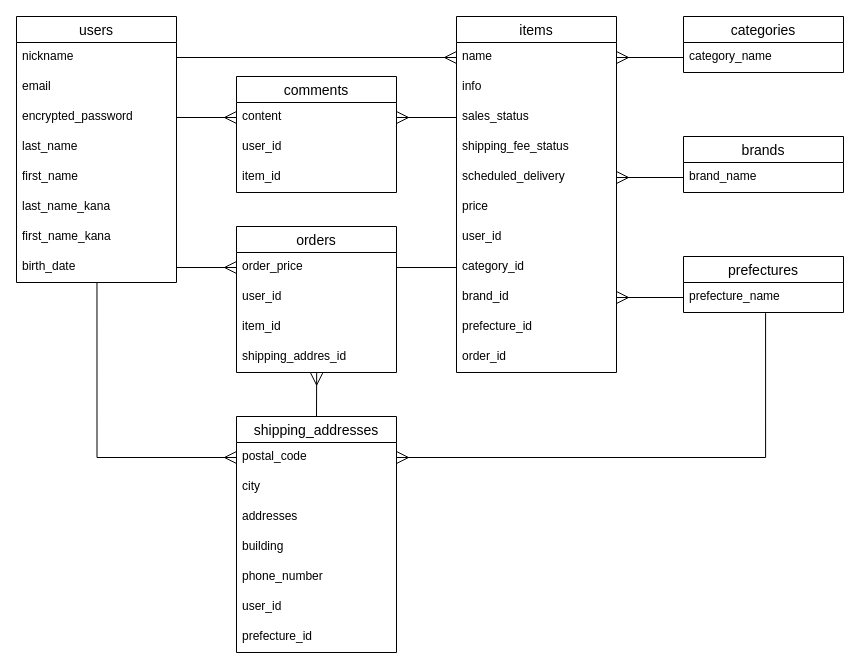
Above: DB.dio in 41682/furima-41682 (draw.io), before the change. Source tidied: cells renumbered, new cells numbered last; positions are measured from the earlier drawing's top-left corner, leaving out a move shared by most shapes. Both pictures are drawn from the tidied source at 100%, with x=0, y=0 at pixel (16, 16).
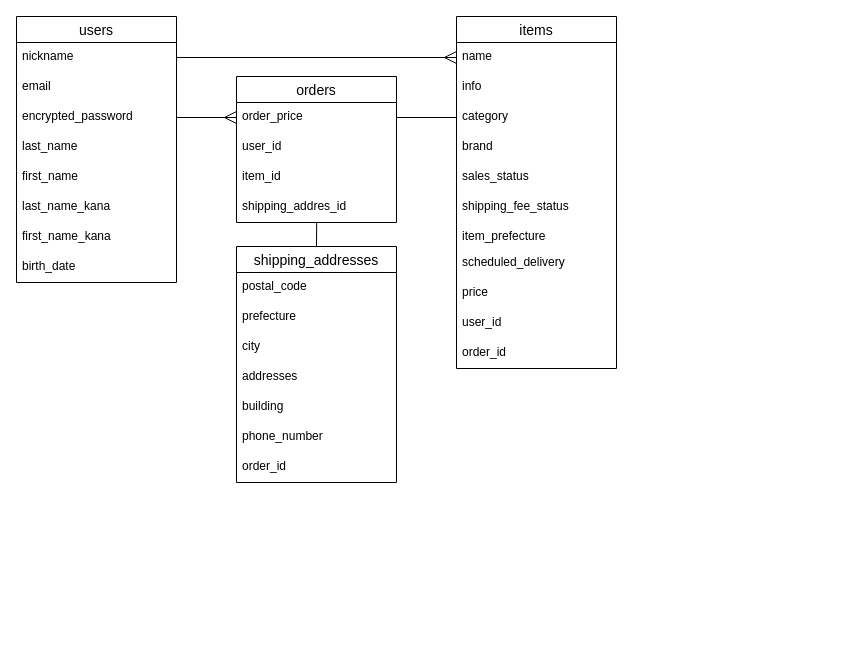
After the change.

The change refers to these unchanged cells:
```xml
<mxCell id="5" value="encrypted_password" style="text;strokeColor=none;fillColor=none;spacingLeft=4;spacingRight=4;overflow=hidden;points=[[0,0.5],[1,0.5]];portConstraint=eastwest;fontSize=12;" parent="2" vertex="1">
  <mxGeometry y="86" width="160" height="30" as="geometry" />
</mxCell>
<mxCell id="10" value="birth_date" style="text;strokeColor=none;fillColor=none;spacingLeft=4;spacingRight=4;overflow=hidden;points=[[0,0.5],[1,0.5]];portConstraint=eastwest;fontSize=12;" parent="2" vertex="1">
  <mxGeometry y="236" width="160" height="30" as="geometry" />
</mxCell>
<mxCell id="28" value="order_price" style="text;strokeColor=none;fillColor=none;spacingLeft=4;spacingRight=4;overflow=hidden;points=[[0,0.5],[1,0.5]];portConstraint=eastwest;fontSize=12;" parent="27" vertex="1">
  <mxGeometry y="26" width="160" height="30" as="geometry" />
</mxCell>
<mxCell id="31" value="shipping_addres_id" style="text;strokeColor=none;fillColor=none;spacingLeft=4;spacingRight=4;overflow=hidden;points=[[0,0.5],[1,0.5]];portConstraint=eastwest;fontSize=12;" parent="27" vertex="1">
  <mxGeometry y="116" width="160" height="30" as="geometry" />
</mxCell>
<mxCell id="34" value="postal_code" style="text;strokeColor=none;fillColor=none;spacingLeft=4;spacingRight=4;overflow=hidden;points=[[0,0.5],[1,0.5]];portConstraint=eastwest;fontSize=12;" parent="33" vertex="1">
  <mxGeometry y="26" width="160" height="30" as="geometry" />
</mxCell>
```

The edit, as a diff of the source:
```diff
@@
     <mxCell id="11" value="items" style="swimlane;fontStyle=0;horizontal=1;startSize=26;align=center;fontSize=14;" parent="1" vertex="1">
-      <mxGeometry x="440" width="160" height="356" as="geometry" />
+      <mxGeometry x="440" width="160" height="352" as="geometry" />
     </mxCell>
@@
+    <mxCell id="19" value="category" style="text;strokeColor=none;fillColor=none;spacingLeft=4;spacingRight=4;overflow=hidden;points=[[0,0.5],[1,0.5]];portConstraint=eastwest;fontSize=12;" parent="11" vertex="1">
+      <mxGeometry y="86" width="160" height="30" as="geometry" />
+    </mxCell>
+    <mxCell id="20" value="brand" style="text;strokeColor=none;fillColor=none;spacingLeft=4;spacingRight=4;overflow=hidden;fontSize=12;" parent="11" vertex="1">
+      <mxGeometry y="116" width="160" height="30" as="geometry" />
+    </mxCell>
     <mxCell id="14" value="sales_status" style="text;strokeColor=none;fillColor=none;spacingLeft=4;spacingRight=4;overflow=hidden;points=[[0,0.5],[1,0.5]];portConstraint=eastwest;fontSize=12;" parent="11" vertex="1">
-      <mxGeometry y="86" width="160" height="30" as="geometry" />
+      <mxGeometry y="146" width="160" height="30" as="geometry" />
     </mxCell>
     <mxCell id="15" value="shipping_fee_status" style="text;strokeColor=none;fillColor=none;spacingLeft=4;spacingRight=4;overflow=hidden;fontSize=12;" parent="11" vertex="1">
-      <mxGeometry y="116" width="160" height="30" as="geometry" />
+      <mxGeometry y="176" width="160" height="30" as="geometry" />
     </mxCell>
+    <mxCell id="21" value="item_prefecture" style="text;strokeColor=none;fillColor=none;spacingLeft=4;spacingRight=4;overflow=hidden;fontSize=12;" parent="11" vertex="1">
+      <mxGeometry y="206" width="160" height="26" as="geometry" />
+    </mxCell>
     <mxCell id="16" value="scheduled_delivery" style="text;strokeColor=none;fillColor=none;spacingLeft=4;spacingRight=4;overflow=hidden;points=[[0,0.5],[1,0.5]];portConstraint=eastwest;fontSize=12;" parent="11" vertex="1">
-      <mxGeometry y="146" width="160" height="30" as="geometry" />
+      <mxGeometry y="232" width="160" height="30" as="geometry" />
     </mxCell>
     <mxCell id="17" value="price" style="text;strokeColor=none;fillColor=none;spacingLeft=4;spacingRight=4;overflow=hidden;fontSize=12;" parent="11" vertex="1">
-      <mxGeometry y="176" width="160" height="30" as="geometry" />
+      <mxGeometry y="262" width="160" height="30" as="geometry" />
     </mxCell>
     <mxCell id="18" value="user_id" style="text;strokeColor=none;fillColor=none;spacingLeft=4;spacingRight=4;overflow=hidden;fontSize=12;" parent="11" vertex="1">
-      <mxGeometry y="206" width="160" height="30" as="geometry" />
+      <mxGeometry y="292" width="160" height="30" as="geometry" />
     </mxCell>
-    <mxCell id="19" value="category_id" style="text;strokeColor=none;fillColor=none;spacingLeft=4;spacingRight=4;overflow=hidden;points=[[0,0.5],[1,0.5]];portConstraint=eastwest;fontSize=12;" parent="11" vertex="1">
-      <mxGeometry y="236" width="160" height="30" as="geometry" />
-    </mxCell>
-    <mxCell id="20" value="brand_id" style="text;strokeColor=none;fillColor=none;spacingLeft=4;spacingRight=4;overflow=hidden;fontSize=12;" parent="11" vertex="1">
-      <mxGeometry y="266" width="160" height="30" as="geometry" />
-    </mxCell>
-    <mxCell id="21" value="prefecture_id" style="text;strokeColor=none;fillColor=none;spacingLeft=4;spacingRight=4;overflow=hidden;fontSize=12;" parent="11" vertex="1">
-      <mxGeometry y="296" width="160" height="30" as="geometry" />
-    </mxCell>
     <mxCell id="22" value="order_id" style="text;strokeColor=none;fillColor=none;spacingLeft=4;spacingRight=4;overflow=hidden;fontSize=12;" parent="11" vertex="1">
-      <mxGeometry y="326" width="160" height="30" as="geometry" />
+      <mxGeometry y="322" width="160" height="30" as="geometry" />
     </mxCell>
-    <mxCell id="23" value="comments" style="swimlane;fontStyle=0;horizontal=1;startSize=26;align=center;fontSize=14;" parent="1" vertex="1">
-      <mxGeometry x="220" y="60" width="160" height="116" as="geometry" />
-    </mxCell>
-    <mxCell id="24" value="content" style="text;strokeColor=none;fillColor=none;spacingLeft=4;spacingRight=4;overflow=hidden;points=[[0,0.5],[1,0.5]];portConstraint=eastwest;fontSize=12;" parent="23" vertex="1">
-      <mxGeometry y="26" width="160" height="30" as="geometry" />
-    </mxCell>
-    <mxCell id="25" value="user_id" style="text;strokeColor=none;fillColor=none;spacingLeft=4;spacingRight=4;overflow=hidden;fontSize=12;" parent="23" vertex="1">
-      <mxGeometry y="56" width="160" height="30" as="geometry" />
-    </mxCell>
-    <mxCell id="26" value="item_id" style="text;strokeColor=none;fillColor=none;spacingLeft=4;spacingRight=4;overflow=hidden;fontSize=12;" parent="23" vertex="1">
-      <mxGeometry y="86" width="160" height="30" as="geometry" />
-    </mxCell>
     <mxCell id="27" value="orders" style="swimlane;fontStyle=0;horizontal=1;startSize=26;align=center;fontSize=14;" parent="1" vertex="1">
-      <mxGeometry x="220" y="210" width="160" height="146" as="geometry" />
+      <mxGeometry x="220" y="60" width="160" height="146" as="geometry" />
     </mxCell>
@@
-    <mxCell id="32" style="edgeStyle=none;rounded=0;jumpSize=10;html=1;exitX=0.5;exitY=0;exitDx=0;exitDy=0;entryX=0.501;entryY=1.02;entryDx=0;entryDy=0;entryPerimeter=0;strokeWidth=1;endArrow=ERmany;endFill=0;startSize=10;endSize=10;startArrow=none;startFill=0;" parent="1" edge="1" source="33" target="31">
+    <mxCell id="32" style="edgeStyle=none;rounded=0;jumpSize=10;html=1;exitX=0.5;exitY=0;exitDx=0;exitDy=0;entryX=0.501;entryY=1.02;entryDx=0;entryDy=0;entryPerimeter=0;strokeWidth=1;endArrow=none;endFill=0;startSize=10;endSize=10;startArrow=none;startFill=0;" parent="1" edge="1" source="33" target="31">
       <mxGeometry relative="1" as="geometry" />
     </mxCell>
     <mxCell id="33" value="shipping_addresses" style="swimlane;fontStyle=0;horizontal=1;startSize=26;align=center;fontSize=14;" parent="1" vertex="1">
-      <mxGeometry x="220" y="400" width="160" height="236" as="geometry" />
+      <mxGeometry x="220" y="230" width="160" height="236" as="geometry" />
     </mxCell>
@@
+    <mxCell id="40" value="prefecture" style="text;strokeColor=none;fillColor=none;spacingLeft=4;spacingRight=4;overflow=hidden;fontSize=12;" parent="33" vertex="1">
+      <mxGeometry y="56" width="160" height="30" as="geometry" />
+    </mxCell>
     <mxCell id="35" value="city" style="text;strokeColor=none;fillColor=none;spacingLeft=4;spacingRight=4;overflow=hidden;fontSize=12;" parent="33" vertex="1">
-      <mxGeometry y="56" width="160" height="30" as="geometry" />
+      <mxGeometry y="86" width="160" height="30" as="geometry" />
     </mxCell>
     <mxCell id="36" value="addresses" style="text;strokeColor=none;fillColor=none;spacingLeft=4;spacingRight=4;overflow=hidden;fontSize=12;" parent="33" vertex="1">
-      <mxGeometry y="86" width="160" height="30" as="geometry" />
+      <mxGeometry y="116" width="160" height="30" as="geometry" />
     </mxCell>
     <mxCell id="37" value="building" style="text;strokeColor=none;fillColor=none;spacingLeft=4;spacingRight=4;overflow=hidden;fontSize=12;" parent="33" vertex="1">
-      <mxGeometry y="116" width="160" height="30" as="geometry" />
+      <mxGeometry y="146" width="160" height="30" as="geometry" />
     </mxCell>
     <mxCell id="38" value="phone_number" style="text;strokeColor=none;fillColor=none;spacingLeft=4;spacingRight=4;overflow=hidden;fontSize=12;" parent="33" vertex="1">
-      <mxGeometry y="146" width="160" height="30" as="geometry" />
+      <mxGeometry y="176" width="160" height="30" as="geometry" />
     </mxCell>
-    <mxCell id="39" value="user_id" style="text;strokeColor=none;fillColor=none;spacingLeft=4;spacingRight=4;overflow=hidden;fontSize=12;" parent="33" vertex="1">
-      <mxGeometry y="176" width="160" height="30" as="geometry" />
-    </mxCell>
-    <mxCell id="40" value="prefecture_id" style="text;strokeColor=none;fillColor=none;spacingLeft=4;spacingRight=4;overflow=hidden;fontSize=12;" parent="33" vertex="1">
-      <mxGeometry y="206" width="160" height="30" as="geometry" />
-    </mxCell>
+    <mxCell id="56" value="order_id" style="text;strokeColor=none;fillColor=none;spacingLeft=4;spacingRight=4;overflow=hidden;fontSize=12;" parent="33" vertex="1">
+      <mxGeometry y="206" width="160" height="30" as="geometry" />
+    </mxCell>
@@
-    <mxCell id="42" value="categories" style="swimlane;fontStyle=0;horizontal=1;startSize=26;align=center;fontSize=14;" parent="1" vertex="1">
-      <mxGeometry x="667" width="160" height="56" as="geometry" />
-    </mxCell>
-    <mxCell id="43" value="category_name" style="text;strokeColor=none;fillColor=none;spacingLeft=4;spacingRight=4;overflow=hidden;points=[[0,0.5],[1,0.5]];portConstraint=eastwest;fontSize=12;" parent="42" vertex="1">
-      <mxGeometry y="26" width="160" height="30" as="geometry" />
-    </mxCell>
-    <mxCell id="44" value="brands" style="swimlane;fontStyle=0;horizontal=1;startSize=26;align=center;fontSize=14;" parent="1" vertex="1">
-      <mxGeometry x="667" y="120" width="160" height="56" as="geometry" />
-    </mxCell>
-    <mxCell id="45" value="brand_name" style="text;strokeColor=none;fillColor=none;spacingLeft=4;spacingRight=4;overflow=hidden;points=[[0,0.5],[1,0.5]];portConstraint=eastwest;fontSize=12;" parent="44" vertex="1">
-      <mxGeometry y="26" width="160" height="30" as="geometry" />
-    </mxCell>
-    <mxCell id="46" value="prefectures" style="swimlane;fontStyle=0;horizontal=1;startSize=26;align=center;fontSize=14;" parent="1" vertex="1">
-      <mxGeometry x="667" y="240" width="160" height="56" as="geometry" />
-    </mxCell>
-    <mxCell id="47" value="prefecture_name" style="text;strokeColor=none;fillColor=none;spacingLeft=4;spacingRight=4;overflow=hidden;points=[[0,0.5],[1,0.5]];portConstraint=eastwest;fontSize=12;" parent="46" vertex="1">
-      <mxGeometry y="26" width="160" height="30" as="geometry" />
-    </mxCell>
-    <mxCell id="48" style="edgeStyle=none;rounded=0;jumpSize=10;html=1;exitX=1;exitY=0.5;exitDx=0;exitDy=0;entryX=0;entryY=0.5;entryDx=0;entryDy=0;strokeWidth=1;endArrow=none;endFill=0;startSize=10;endSize=10;startArrow=ERmany;startFill=0;" parent="1" edge="1" target="43">
-      <mxGeometry relative="1" as="geometry">
-        <mxPoint x="600" y="41" as="sourcePoint" />
-      </mxGeometry>
-    </mxCell>
-    <mxCell id="49" style="edgeStyle=none;rounded=0;jumpSize=10;html=1;exitX=1;exitY=0.5;exitDx=0;exitDy=0;entryX=0;entryY=0.5;entryDx=0;entryDy=0;strokeWidth=1;endArrow=none;endFill=0;startSize=10;endSize=10;startArrow=ERmany;startFill=0;" parent="1" edge="1" source="16" target="45">
-      <mxGeometry relative="1" as="geometry" />
-    </mxCell>
-    <mxCell id="50" style="edgeStyle=none;rounded=0;jumpSize=10;html=1;exitX=0;exitY=0.5;exitDx=0;exitDy=0;entryX=1;entryY=0.5;entryDx=0;entryDy=0;strokeWidth=1;endArrow=none;endFill=0;startSize=10;endSize=10;startArrow=ERmany;startFill=0;" parent="1" edge="1" source="24" target="5">
-      <mxGeometry relative="1" as="geometry" />
-    </mxCell>
-    <mxCell id="51" style="edgeStyle=none;rounded=0;jumpSize=10;html=1;exitX=1;exitY=0.5;exitDx=0;exitDy=0;entryX=0;entryY=0.5;entryDx=0;entryDy=0;strokeWidth=1;endArrow=none;endFill=0;startSize=10;endSize=10;startArrow=ERmany;startFill=0;" parent="1" edge="1" source="24" target="14">
-      <mxGeometry relative="1" as="geometry" />
-    </mxCell>
-    <mxCell id="52" style="edgeStyle=orthogonalEdgeStyle;rounded=0;jumpSize=10;html=1;exitX=1;exitY=0.5;exitDx=0;exitDy=0;entryX=0.513;entryY=1.021;entryDx=0;entryDy=0;entryPerimeter=0;strokeWidth=1;endArrow=none;endFill=0;startSize=10;endSize=10;startArrow=ERmany;startFill=0;" parent="1" edge="1" source="34" target="47">
-      <mxGeometry relative="1" as="geometry" />
-    </mxCell>
-    <mxCell id="53" style="edgeStyle=orthogonalEdgeStyle;rounded=0;jumpSize=10;html=1;exitX=0;exitY=0.5;exitDx=0;exitDy=0;entryX=1;entryY=0.5;entryDx=0;entryDy=0;strokeWidth=1;endArrow=none;endFill=0;startSize=10;endSize=10;startArrow=ERmany;startFill=0;" parent="1" edge="1" source="28" target="10">
+    <mxCell id="53" style="rounded=0;jumpSize=10;html=1;exitX=0;exitY=0.5;exitDx=0;exitDy=0;entryX=1;entryY=0.5;entryDx=0;entryDy=0;strokeWidth=1;endArrow=none;endFill=0;startSize=10;endSize=10;startArrow=ERmany;startFill=0;" parent="1" edge="1" source="28" target="5">
       <mxGeometry relative="1" as="geometry" />
     </mxCell>
-    <mxCell id="54" style="edgeStyle=none;rounded=0;jumpSize=10;html=1;exitX=1;exitY=0.5;exitDx=0;exitDy=0;entryX=0;entryY=0.5;entryDx=0;entryDy=0;strokeWidth=1;endArrow=none;endFill=0;startSize=10;endSize=10;startArrow=ERmany;startFill=0;" parent="1" edge="1" target="47">
-      <mxGeometry relative="1" as="geometry">
-        <mxPoint x="600" y="281" as="sourcePoint" />
-      </mxGeometry>
-    </mxCell>
@@
-    <mxCell id="56" style="edgeStyle=orthogonalEdgeStyle;rounded=0;jumpSize=10;html=1;exitX=0;exitY=0.5;exitDx=0;exitDy=0;strokeWidth=1;endArrow=none;endFill=0;startSize=10;endSize=10;entryX=0.503;entryY=1.003;entryDx=0;entryDy=0;entryPerimeter=0;startArrow=ERmany;startFill=0;" parent="1" edge="1" source="34" target="10">
-      <mxGeometry relative="1" as="geometry" />
-    </mxCell>
```
